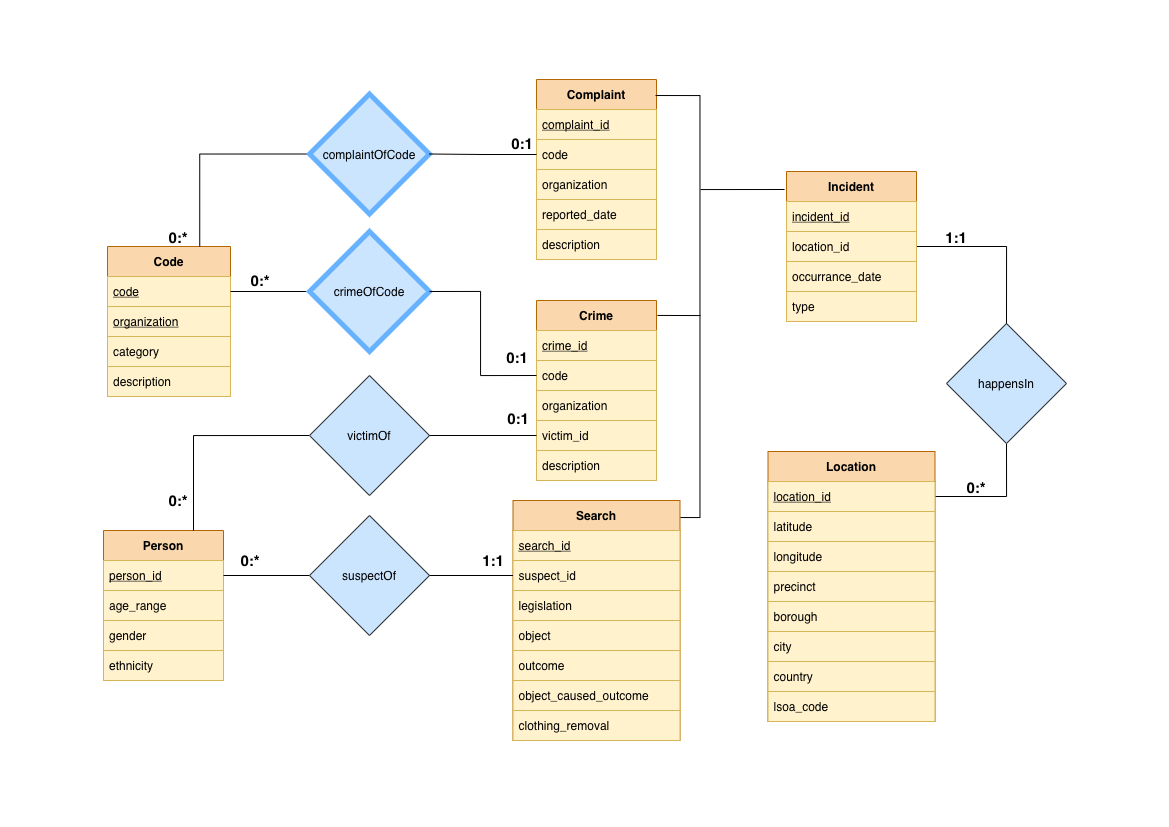
Earlier version of the draw.io export ERmodel.png (alvii147/CrimeStatsAnalysis). Source tidied: cells renumbered, new cells last; positions are measured from the earlier drawing's top-left corner, leaving out a move shared by most shapes.
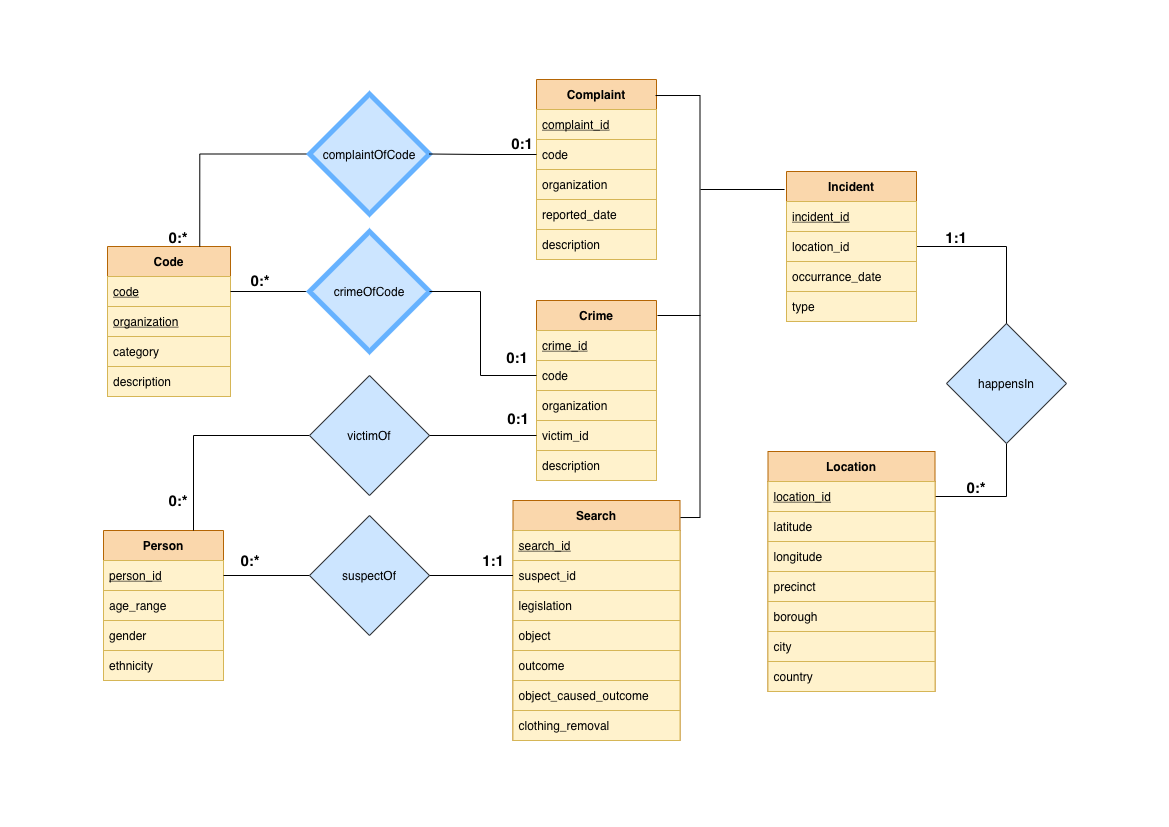
Above is the later version.

Commit message:
Remove LSOA from ER diagram

Diff of the diagram source:
```diff
@@ -105,7 +105,7 @@
       <mxGeometry y="120" width="120" height="30" as="geometry" />
     </mxCell>
     <mxCell id="36" value="Location" style="swimlane;fontStyle=1;horizontal=1;startSize=30;fillColor=#fad7ac;strokeColor=#b46504;" parent="1" vertex="1">
-      <mxGeometry x="664.5" y="372" width="167" height="270" as="geometry" />
+      <mxGeometry x="664.5" y="372" width="167" height="240" as="geometry" />
     </mxCell>
     <mxCell id="37" value="location_id" style="text;strokeColor=#d6b656;fillColor=#fff2cc;align=left;verticalAlign=middle;spacingLeft=4;spacingRight=4;overflow=hidden;points=[[0,0.5],[1,0.5]];portConstraint=eastwest;fontStyle=4;" parent="36" vertex="1">
       <mxGeometry y="30" width="167" height="30" as="geometry" />
@@ -128,9 +128,6 @@
     <mxCell id="43" value="country" style="text;strokeColor=#d6b656;fillColor=#fff2cc;align=left;verticalAlign=middle;spacingLeft=4;spacingRight=4;overflow=hidden;fontStyle=0;" parent="36" vertex="1">
       <mxGeometry y="210" width="167" height="30" as="geometry" />
     </mxCell>
-    <mxCell id="44" value="lsoa_code" style="text;strokeColor=#d6b656;fillColor=#fff2cc;align=left;verticalAlign=middle;spacingLeft=4;spacingRight=4;overflow=hidden;fontStyle=0;" parent="36" vertex="1">
-      <mxGeometry y="240" width="167" height="30" as="geometry" />
-    </mxCell>
     <mxCell id="45" value="Code" style="swimlane;fontStyle=1;horizontal=1;startSize=30;fillColor=#fad7ac;strokeColor=#b46504;" parent="1" vertex="1">
       <mxGeometry x="4" y="167" width="123" height="150" as="geometry" />
     </mxCell>
```
